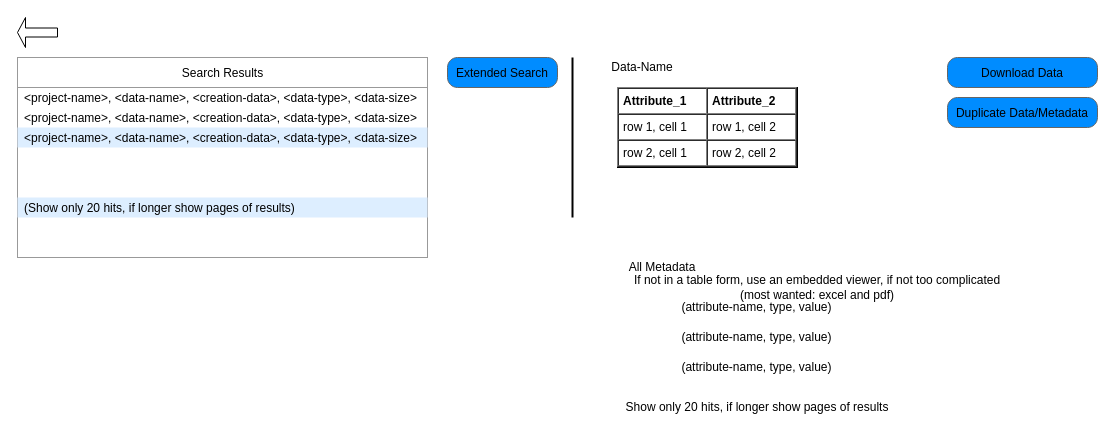
This is EsyDB/EsyDB_sw_p02.drawio from elghazi/drawings, a draw.io file, before an edit. Source tidied: cells renumbered, new cells numbered last; positions are measured from the earlier drawing's top-left corner, leaving out a move shared by most shapes. Both pictures are drawn from the tidied source at 100%, with x=0, y=0 at pixel (17, 17).
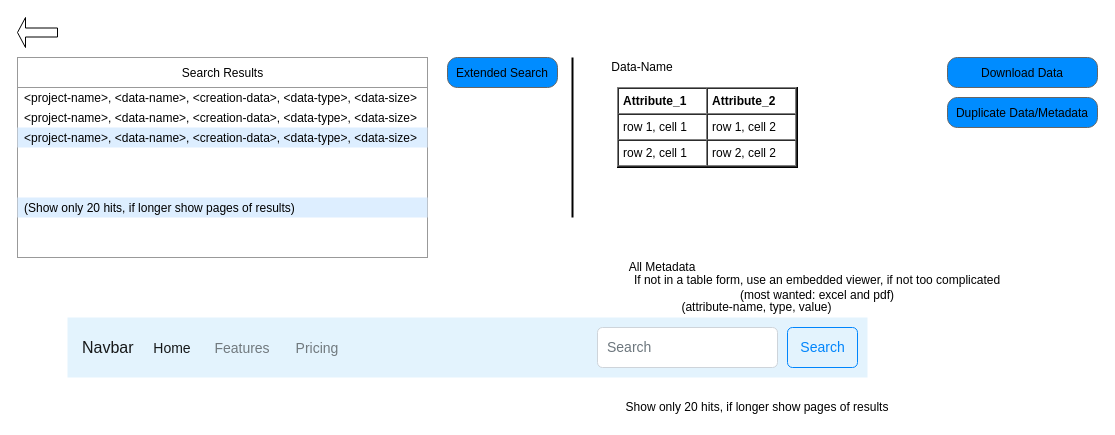
After the change.

Change to the diagram source:
```diff
@@
+    <mxCell id="21" value="Navbar" style="html=1;shadow=0;dashed=0;fillColor=#E3F3FD;strokeColor=none;fontSize=16;fontColor=#161819;align=left;spacing=15;" parent="1" vertex="1">
+      <mxGeometry x="50" y="300" width="800" height="60" as="geometry" />
+    </mxCell>
+    <mxCell id="22" value="Home" style="fillColor=none;strokeColor=none;fontSize=14;fontColor=#161819;align=center;" parent="21" vertex="1">
+      <mxGeometry width="70" height="40" relative="1" as="geometry">
+        <mxPoint x="70" y="10" as="offset" />
+      </mxGeometry>
+    </mxCell>
+    <mxCell id="23" value="Features" style="fillColor=none;strokeColor=none;fontSize=14;fontColor=#71797E;align=center;" parent="21" vertex="1">
+      <mxGeometry width="70" height="40" relative="1" as="geometry">
+        <mxPoint x="140" y="10" as="offset" />
+      </mxGeometry>
+    </mxCell>
+    <mxCell id="24" value="Pricing" style="fillColor=none;strokeColor=none;fontSize=14;fontColor=#71797E;align=center;spacingRight=0;" parent="21" vertex="1">
+      <mxGeometry width="80" height="40" relative="1" as="geometry">
+        <mxPoint x="210" y="10" as="offset" />
+      </mxGeometry>
+    </mxCell>
+    <mxCell id="25" value="Search" style="html=1;shadow=0;dashed=0;shape=mxgraph.bootstrap.rrect;rSize=5;fontSize=14;fontColor=#0085FC;strokeColor=#0085FC;fillColor=none;" parent="21" vertex="1">
+      <mxGeometry x="1" width="70" height="40" relative="1" as="geometry">
+        <mxPoint x="-80" y="10" as="offset" />
+      </mxGeometry>
+    </mxCell>
+    <mxCell id="26" value="Search" style="html=1;shadow=0;dashed=0;shape=mxgraph.bootstrap.rrect;rSize=5;fontSize=14;fontColor=#6C767D;strokeColor=#CED4DA;fillColor=#ffffff;align=left;spacing=10;" parent="21" vertex="1">
+      <mxGeometry x="1" width="180" height="40" relative="1" as="geometry">
+        <mxPoint x="-270" y="10" as="offset" />
+      </mxGeometry>
+    </mxCell>
```
